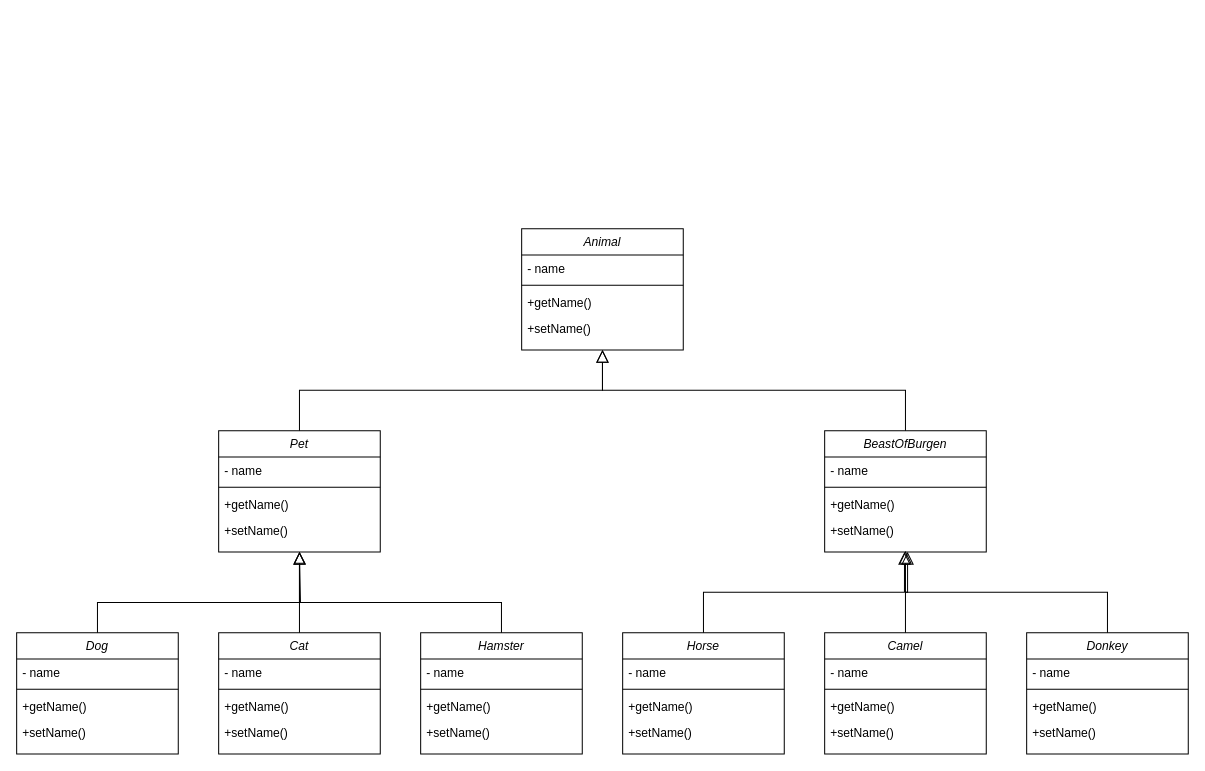
This is src/main/Specialisation_Task_06.drawio from Mortimer08/Specialisation, a draw.io file, before an edit. Source tidied: cells renumbered, new cells numbered last; positions are measured from the earlier drawing's top-left corner, leaving out a move shared by most shapes. Both pictures are drawn from the tidied source at 101%, with x=0, y=0 at pixel (16, 228).
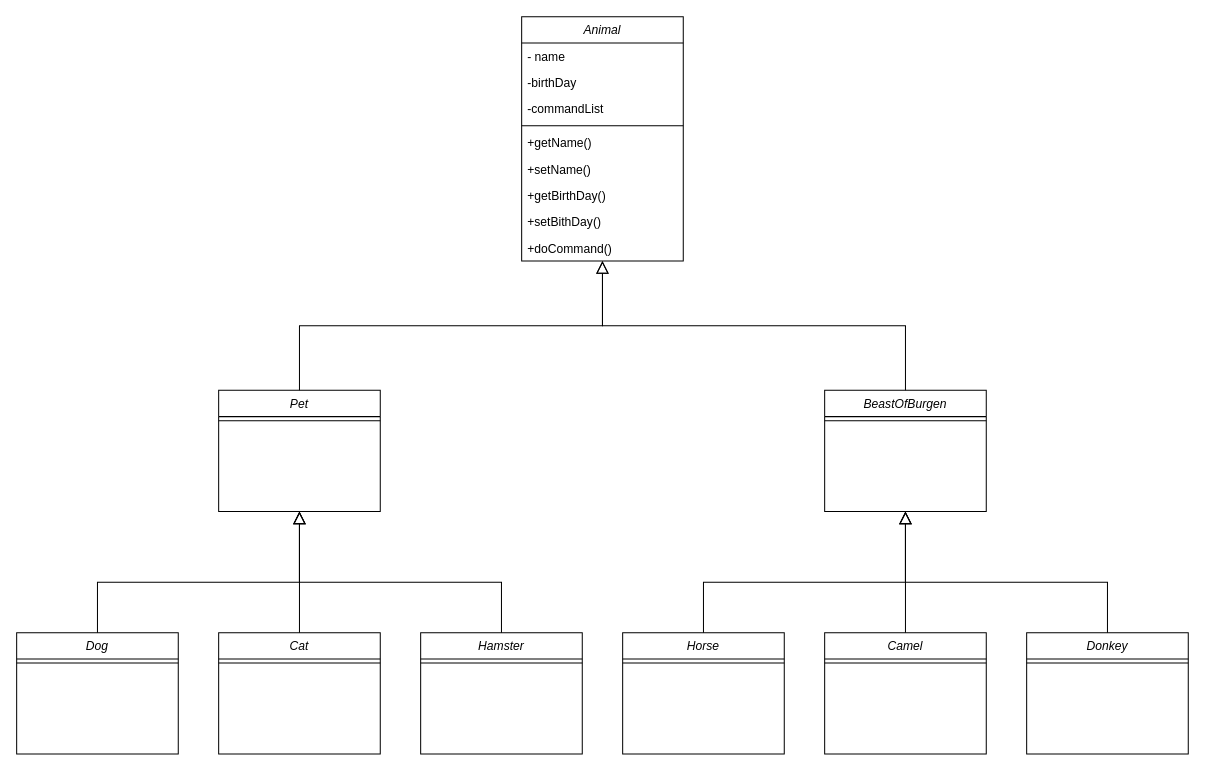
The same page after the edit.

The change refers to these unchanged cells:
```xml
<mxCell id="20" value="Dog" style="swimlane;fontStyle=2;align=center;verticalAlign=top;horizontal=1;startSize=26;rounded=0;shadow=0;strokeWidth=1;fillColor=none;" parent="1" vertex="1">
  <mxGeometry y="400" width="160" height="120" as="geometry" />
</mxCell>
<mxCell id="26" value="Cat" style="swimlane;fontStyle=2;align=center;verticalAlign=top;horizontal=1;startSize=26;rounded=0;shadow=0;strokeWidth=1;fillColor=none;" parent="1" vertex="1">
  <mxGeometry x="200" y="400" width="160" height="120" as="geometry" />
</mxCell>
<mxCell id="32" value="Hamster" style="swimlane;fontStyle=2;align=center;verticalAlign=top;horizontal=1;startSize=26;rounded=0;shadow=0;strokeWidth=1;fillColor=none;" parent="1" vertex="1">
  <mxGeometry x="400" y="400" width="160" height="120" as="geometry" />
</mxCell>
<mxCell id="38" value="Horse" style="swimlane;fontStyle=2;align=center;verticalAlign=top;horizontal=1;startSize=26;rounded=0;shadow=0;strokeWidth=1;fillColor=none;" parent="1" vertex="1">
  <mxGeometry x="600" y="400" width="160" height="120" as="geometry" />
</mxCell>
<mxCell id="44" value="Camel" style="swimlane;fontStyle=2;align=center;verticalAlign=top;horizontal=1;startSize=26;rounded=0;shadow=0;strokeWidth=1;fillColor=none;" parent="1" vertex="1">
  <mxGeometry x="800" y="400" width="160" height="120" as="geometry" />
</mxCell>
<mxCell id="50" value="Donkey" style="swimlane;fontStyle=2;align=center;verticalAlign=top;horizontal=1;startSize=26;rounded=0;shadow=0;strokeWidth=1;fillColor=none;" parent="1" vertex="1">
  <mxGeometry x="1000" y="400" width="160" height="120" as="geometry" />
</mxCell>
```

Change to the diagram source:
```diff
@@
     <mxCell id="2" value="Animal" style="swimlane;fontStyle=2;align=center;verticalAlign=top;horizontal=1;startSize=26;rounded=0;shadow=0;strokeWidth=1;fillColor=none;" parent="1" vertex="1">
-      <mxGeometry x="500" width="160" height="120" as="geometry" />
+      <mxGeometry x="500" y="-210" width="160" height="242" as="geometry" />
     </mxCell>
@@
+    <mxCell id="55" value="-birthDay" style="text;align=left;verticalAlign=top;spacingLeft=4;spacingRight=4;overflow=hidden;" parent="2" vertex="1">
+      <mxGeometry y="52" width="160" height="26" as="geometry" />
+    </mxCell>
+    <mxCell id="56" value="-commandList" style="text;align=left;verticalAlign=top;spacingLeft=4;spacingRight=4;overflow=hidden;" parent="2" vertex="1">
+      <mxGeometry y="78" width="160" height="26" as="geometry" />
+    </mxCell>
     <mxCell id="4" style="line;html=1;strokeWidth=1;align=left;verticalAlign=middle;spacingTop=-1;spacingLeft=3;spacingRight=3;labelPosition=right;" parent="2" vertex="1">
-      <mxGeometry y="52" width="160" height="8" as="geometry" />
+      <mxGeometry y="104" width="160" height="8" as="geometry" />
     </mxCell>
     <mxCell id="5" value="+getName()" style="text;align=left;verticalAlign=top;spacingLeft=4;spacingRight=4;overflow=hidden;" parent="2" vertex="1">
-      <mxGeometry y="60" width="160" height="26" as="geometry" />
+      <mxGeometry y="112" width="160" height="26" as="geometry" />
     </mxCell>
     <mxCell id="6" value="+setName()" style="text;align=left;verticalAlign=top;spacingLeft=4;spacingRight=4;overflow=hidden;" parent="2" vertex="1">
-      <mxGeometry y="86" width="160" height="26" as="geometry" />
+      <mxGeometry y="138" width="160" height="26" as="geometry" />
     </mxCell>
+    <mxCell id="57" value="+getBirthDay()" style="text;align=left;verticalAlign=top;spacingLeft=4;spacingRight=4;overflow=hidden;" parent="2" vertex="1">
+      <mxGeometry y="164" width="160" height="26" as="geometry" />
+    </mxCell>
+    <mxCell id="58" value="+setBithDay()" style="text;align=left;verticalAlign=top;spacingLeft=4;spacingRight=4;overflow=hidden;" parent="2" vertex="1">
+      <mxGeometry y="190" width="160" height="26" as="geometry" />
+    </mxCell>
+    <mxCell id="59" value="+doCommand()" style="text;align=left;verticalAlign=top;spacingLeft=4;spacingRight=4;overflow=hidden;" parent="2" vertex="1">
+      <mxGeometry y="216" width="160" height="26" as="geometry" />
+    </mxCell>
     <mxCell id="7" value="Pet" style="swimlane;fontStyle=2;align=center;verticalAlign=top;horizontal=1;startSize=26;rounded=0;shadow=0;strokeWidth=1;fillColor=none;" parent="1" vertex="1">
-      <mxGeometry x="200" y="200" width="160" height="120" as="geometry" />
+      <mxGeometry x="200" y="160" width="160" height="120" as="geometry" />
     </mxCell>
-    <mxCell id="8" value="- name" style="text;align=left;verticalAlign=top;spacingLeft=4;spacingRight=4;overflow=hidden;" parent="7" vertex="1">
-      <mxGeometry y="26" width="160" height="26" as="geometry" />
-    </mxCell>
     <mxCell id="9" style="line;html=1;strokeWidth=1;align=left;verticalAlign=middle;spacingTop=-1;spacingLeft=3;spacingRight=3;labelPosition=right;" parent="7" vertex="1">
-      <mxGeometry y="52" width="160" height="8" as="geometry" />
+      <mxGeometry y="26" width="160" height="8" as="geometry" />
     </mxCell>
-    <mxCell id="10" value="+getName()" style="text;align=left;verticalAlign=top;spacingLeft=4;spacingRight=4;overflow=hidden;" parent="7" vertex="1">
-      <mxGeometry y="60" width="160" height="26" as="geometry" />
-    </mxCell>
-    <mxCell id="11" value="+setName()" style="text;align=left;verticalAlign=top;spacingLeft=4;spacingRight=4;overflow=hidden;" parent="7" vertex="1">
-      <mxGeometry y="86" width="160" height="26" as="geometry" />
-    </mxCell>
@@
     <mxCell id="13" value="BeastOfBurgen" style="swimlane;fontStyle=2;align=center;verticalAlign=top;horizontal=1;startSize=26;rounded=0;shadow=0;strokeWidth=1;fillColor=none;" parent="1" vertex="1">
-      <mxGeometry x="800" y="200" width="160" height="120" as="geometry" />
+      <mxGeometry x="800" y="160" width="160" height="120" as="geometry" />
     </mxCell>
-    <mxCell id="14" value="- name" style="text;align=left;verticalAlign=top;spacingLeft=4;spacingRight=4;overflow=hidden;" parent="13" vertex="1">
-      <mxGeometry y="26" width="160" height="26" as="geometry" />
-    </mxCell>
     <mxCell id="15" style="line;html=1;strokeWidth=1;align=left;verticalAlign=middle;spacingTop=-1;spacingLeft=3;spacingRight=3;labelPosition=right;" parent="13" vertex="1">
-      <mxGeometry y="52" width="160" height="8" as="geometry" />
+      <mxGeometry y="26" width="160" height="8" as="geometry" />
     </mxCell>
-    <mxCell id="16" value="+getName()" style="text;align=left;verticalAlign=top;spacingLeft=4;spacingRight=4;overflow=hidden;" parent="13" vertex="1">
-      <mxGeometry y="60" width="160" height="26" as="geometry" />
-    </mxCell>
-    <mxCell id="17" value="+setName()" style="text;align=left;verticalAlign=top;spacingLeft=4;spacingRight=4;overflow=hidden;points=[[0,0.5],[1,0.5]];portConstraint=eastwest;" parent="13" vertex="1">
-      <mxGeometry y="86" width="160" height="34" as="geometry" />
-    </mxCell>
@@
-    <mxCell id="19" style="edgeStyle=orthogonalEdgeStyle;rounded=0;jettySize=auto;html=1;entryX=0.5;entryY=1;entryDx=0;entryDy=0;endArrow=block;endFill=0;strokeWidth=1;endSize=9;" parent="1" edge="1" source="20" target="7">
+    <mxCell id="19" style="edgeStyle=orthogonalEdgeStyle;rounded=0;jettySize=auto;html=1;entryX=0.5;entryY=1;entryDx=0;entryDy=0;endSize=10;endArrow=block;endFill=0;" parent="1" edge="1" source="20" target="7">
       <mxGeometry relative="1" as="geometry">
         <Array as="points">
-          <mxPoint x="80" y="370" />
-          <mxPoint x="280" y="370" />
+          <mxPoint x="80" y="350" />
+          <mxPoint x="280" y="350" />
         </Array>
       </mxGeometry>
     </mxCell>
@@
-    <mxCell id="21" value="- name" style="text;align=left;verticalAlign=top;spacingLeft=4;spacingRight=4;overflow=hidden;" parent="20" vertex="1">
-      <mxGeometry y="26" width="160" height="26" as="geometry" />
-    </mxCell>
-    <mxCell id="22" style="line;html=1;strokeWidth=1;align=left;verticalAlign=middle;spacingTop=-1;spacingLeft=3;spacingRight=3;labelPosition=right;" parent="20" vertex="1">
-      <mxGeometry y="52" width="160" height="8" as="geometry" />
-    </mxCell>
-    <mxCell id="23" value="+getName()" style="text;align=left;verticalAlign=top;spacingLeft=4;spacingRight=4;overflow=hidden;" parent="20" vertex="1">
-      <mxGeometry y="60" width="160" height="26" as="geometry" />
-    </mxCell>
-    <mxCell id="24" value="+setName()" style="text;align=left;verticalAlign=top;spacingLeft=4;spacingRight=4;overflow=hidden;" parent="20" vertex="1">
-      <mxGeometry y="86" width="160" height="26" as="geometry" />
-    </mxCell>
+    <mxCell id="60" style="line;html=1;strokeWidth=1;align=left;verticalAlign=middle;spacingTop=-1;spacingLeft=3;spacingRight=3;labelPosition=right;" parent="20" vertex="1">
+      <mxGeometry y="26" width="160" height="8" as="geometry" />
+    </mxCell>
@@
-    <mxCell id="27" value="- name" style="text;align=left;verticalAlign=top;spacingLeft=4;spacingRight=4;overflow=hidden;" parent="26" vertex="1">
-      <mxGeometry y="26" width="160" height="26" as="geometry" />
-    </mxCell>
-    <mxCell id="28" style="line;html=1;strokeWidth=1;align=left;verticalAlign=middle;spacingTop=-1;spacingLeft=3;spacingRight=3;labelPosition=right;" parent="26" vertex="1">
-      <mxGeometry y="52" width="160" height="8" as="geometry" />
-    </mxCell>
-    <mxCell id="29" value="+getName()" style="text;align=left;verticalAlign=top;spacingLeft=4;spacingRight=4;overflow=hidden;" parent="26" vertex="1">
-      <mxGeometry y="60" width="160" height="26" as="geometry" />
-    </mxCell>
-    <mxCell id="30" value="+setName()" style="text;align=left;verticalAlign=top;spacingLeft=4;spacingRight=4;overflow=hidden;" parent="26" vertex="1">
-      <mxGeometry y="86" width="160" height="26" as="geometry" />
-    </mxCell>
-    <mxCell id="31" style="edgeStyle=orthogonalEdgeStyle;rounded=0;jettySize=auto;html=1;endArrow=block;endFill=0;endSize=10;exitX=0.5;exitY=0;exitDx=0;exitDy=0;" parent="1" edge="1" source="32">
-      <mxGeometry relative="1" as="geometry">
-        <mxPoint x="280" y="320" as="targetPoint" />
-        <Array as="points">
-          <mxPoint x="480" y="370" />
-          <mxPoint x="281" y="370" />
-        </Array>
-      </mxGeometry>
-    </mxCell>
+    <mxCell id="61" style="line;html=1;strokeWidth=1;align=left;verticalAlign=middle;spacingTop=-1;spacingLeft=3;spacingRight=3;labelPosition=right;" parent="26" vertex="1">
+      <mxGeometry y="26" width="160" height="8" as="geometry" />
+    </mxCell>
+    <mxCell id="62" style="edgeStyle=orthogonalEdgeStyle;rounded=0;jettySize=auto;html=1;entryX=0.5;entryY=1;entryDx=0;entryDy=0;endArrow=block;endFill=0;endSize=10;" parent="1" edge="1" source="32" target="7">
+      <mxGeometry relative="1" as="geometry">
+        <Array as="points">
+          <mxPoint x="480" y="350" />
+          <mxPoint x="280" y="350" />
+        </Array>
+      </mxGeometry>
+    </mxCell>
@@
-    <mxCell id="33" value="- name" style="text;align=left;verticalAlign=top;spacingLeft=4;spacingRight=4;overflow=hidden;" parent="32" vertex="1">
-      <mxGeometry y="26" width="160" height="26" as="geometry" />
-    </mxCell>
-    <mxCell id="34" style="line;html=1;strokeWidth=1;align=left;verticalAlign=middle;spacingTop=-1;spacingLeft=3;spacingRight=3;labelPosition=right;" parent="32" vertex="1">
-      <mxGeometry y="52" width="160" height="8" as="geometry" />
-    </mxCell>
-    <mxCell id="35" value="+getName()" style="text;align=left;verticalAlign=top;spacingLeft=4;spacingRight=4;overflow=hidden;" parent="32" vertex="1">
-      <mxGeometry y="60" width="160" height="26" as="geometry" />
-    </mxCell>
-    <mxCell id="36" value="+setName()" style="text;align=left;verticalAlign=top;spacingLeft=4;spacingRight=4;overflow=hidden;" parent="32" vertex="1">
-      <mxGeometry y="86" width="160" height="26" as="geometry" />
-    </mxCell>
-    <mxCell id="37" style="edgeStyle=orthogonalEdgeStyle;rounded=0;jettySize=auto;html=1;entryX=0.494;entryY=1;entryDx=0;entryDy=0;entryPerimeter=0;endSize=10;endArrow=block;endFill=0;" parent="1" edge="1" source="38" target="17">
-      <mxGeometry relative="1" as="geometry" />
-    </mxCell>
+    <mxCell id="63" style="line;html=1;strokeWidth=1;align=left;verticalAlign=middle;spacingTop=-1;spacingLeft=3;spacingRight=3;labelPosition=right;" parent="32" vertex="1">
+      <mxGeometry y="26" width="160" height="8" as="geometry" />
+    </mxCell>
+    <mxCell id="64" style="edgeStyle=orthogonalEdgeStyle;rounded=0;jettySize=auto;html=1;entryX=0.5;entryY=1;entryDx=0;entryDy=0;endSize=10;endArrow=block;endFill=0;" parent="1" edge="1" source="38" target="13">
+      <mxGeometry relative="1" as="geometry">
+        <Array as="points">
+          <mxPoint x="680" y="350" />
+          <mxPoint x="880" y="350" />
+        </Array>
+      </mxGeometry>
+    </mxCell>
@@
-    <mxCell id="39" value="- name" style="text;align=left;verticalAlign=top;spacingLeft=4;spacingRight=4;overflow=hidden;" parent="38" vertex="1">
-      <mxGeometry y="26" width="160" height="26" as="geometry" />
-    </mxCell>
-    <mxCell id="40" style="line;html=1;strokeWidth=1;align=left;verticalAlign=middle;spacingTop=-1;spacingLeft=3;spacingRight=3;labelPosition=right;" parent="38" vertex="1">
-      <mxGeometry y="52" width="160" height="8" as="geometry" />
-    </mxCell>
-    <mxCell id="41" value="+getName()" style="text;align=left;verticalAlign=top;spacingLeft=4;spacingRight=4;overflow=hidden;" parent="38" vertex="1">
-      <mxGeometry y="60" width="160" height="26" as="geometry" />
-    </mxCell>
-    <mxCell id="42" value="+setName()" style="text;align=left;verticalAlign=top;spacingLeft=4;spacingRight=4;overflow=hidden;" parent="38" vertex="1">
-      <mxGeometry y="86" width="160" height="26" as="geometry" />
-    </mxCell>
-    <mxCell id="43" style="edgeStyle=orthogonalEdgeStyle;rounded=0;jettySize=auto;html=1;entryX=0.513;entryY=1;entryDx=0;entryDy=0;entryPerimeter=0;endSize=10;endArrow=block;endFill=0;" parent="1" edge="1" source="44" target="17">
-      <mxGeometry relative="1" as="geometry" />
-    </mxCell>
+    <mxCell id="65" style="line;html=1;strokeWidth=1;align=left;verticalAlign=middle;spacingTop=-1;spacingLeft=3;spacingRight=3;labelPosition=right;" parent="38" vertex="1">
+      <mxGeometry y="26" width="160" height="8" as="geometry" />
+    </mxCell>
+    <mxCell id="66" style="edgeStyle=orthogonalEdgeStyle;rounded=0;jettySize=auto;html=1;entryX=0.5;entryY=1;entryDx=0;entryDy=0;endSize=10;endArrow=block;endFill=0;" parent="1" edge="1" source="44" target="13">
+      <mxGeometry relative="1" as="geometry" />
+    </mxCell>
@@
-    <mxCell id="45" value="- name" style="text;align=left;verticalAlign=top;spacingLeft=4;spacingRight=4;overflow=hidden;" parent="44" vertex="1">
-      <mxGeometry y="26" width="160" height="26" as="geometry" />
-    </mxCell>
-    <mxCell id="46" style="line;html=1;strokeWidth=1;align=left;verticalAlign=middle;spacingTop=-1;spacingLeft=3;spacingRight=3;labelPosition=right;" parent="44" vertex="1">
-      <mxGeometry y="52" width="160" height="8" as="geometry" />
-    </mxCell>
-    <mxCell id="47" value="+getName()" style="text;align=left;verticalAlign=top;spacingLeft=4;spacingRight=4;overflow=hidden;" parent="44" vertex="1">
-      <mxGeometry y="60" width="160" height="26" as="geometry" />
-    </mxCell>
-    <mxCell id="48" value="+setName()" style="text;align=left;verticalAlign=top;spacingLeft=4;spacingRight=4;overflow=hidden;" parent="44" vertex="1">
-      <mxGeometry y="86" width="160" height="26" as="geometry" />
-    </mxCell>
-    <mxCell id="49" style="edgeStyle=orthogonalEdgeStyle;rounded=0;jettySize=auto;html=1;entryX=0.5;entryY=0.971;entryDx=0;entryDy=0;entryPerimeter=0;endArrow=block;endFill=0;endSize=10;" parent="1" edge="1" source="50" target="17">
-      <mxGeometry relative="1" as="geometry" />
-    </mxCell>
+    <mxCell id="67" style="line;html=1;strokeWidth=1;align=left;verticalAlign=middle;spacingTop=-1;spacingLeft=3;spacingRight=3;labelPosition=right;" parent="44" vertex="1">
+      <mxGeometry y="26" width="160" height="8" as="geometry" />
+    </mxCell>
+    <mxCell id="68" style="edgeStyle=orthogonalEdgeStyle;rounded=0;jettySize=auto;html=1;entryX=0.5;entryY=1;entryDx=0;entryDy=0;endSize=10;endArrow=block;endFill=0;" parent="1" edge="1" source="50" target="13">
+      <mxGeometry relative="1" as="geometry">
+        <Array as="points">
+          <mxPoint x="1080" y="350" />
+          <mxPoint x="880" y="350" />
+        </Array>
+      </mxGeometry>
+    </mxCell>
@@
-    <mxCell id="51" value="- name" style="text;align=left;verticalAlign=top;spacingLeft=4;spacingRight=4;overflow=hidden;" parent="50" vertex="1">
-      <mxGeometry y="26" width="160" height="26" as="geometry" />
-    </mxCell>
-    <mxCell id="52" style="line;html=1;strokeWidth=1;align=left;verticalAlign=middle;spacingTop=-1;spacingLeft=3;spacingRight=3;labelPosition=right;" parent="50" vertex="1">
-      <mxGeometry y="52" width="160" height="8" as="geometry" />
-    </mxCell>
-    <mxCell id="53" value="+getName()" style="text;align=left;verticalAlign=top;spacingLeft=4;spacingRight=4;overflow=hidden;" parent="50" vertex="1">
-      <mxGeometry y="60" width="160" height="26" as="geometry" />
-    </mxCell>
-    <mxCell id="54" value="+setName()" style="text;align=left;verticalAlign=top;spacingLeft=4;spacingRight=4;overflow=hidden;" parent="50" vertex="1">
-      <mxGeometry y="86" width="160" height="26" as="geometry" />
-    </mxCell>
+    <mxCell id="69" style="line;html=1;strokeWidth=1;align=left;verticalAlign=middle;spacingTop=-1;spacingLeft=3;spacingRight=3;labelPosition=right;" parent="50" vertex="1">
+      <mxGeometry y="26" width="160" height="8" as="geometry" />
+    </mxCell>
```
